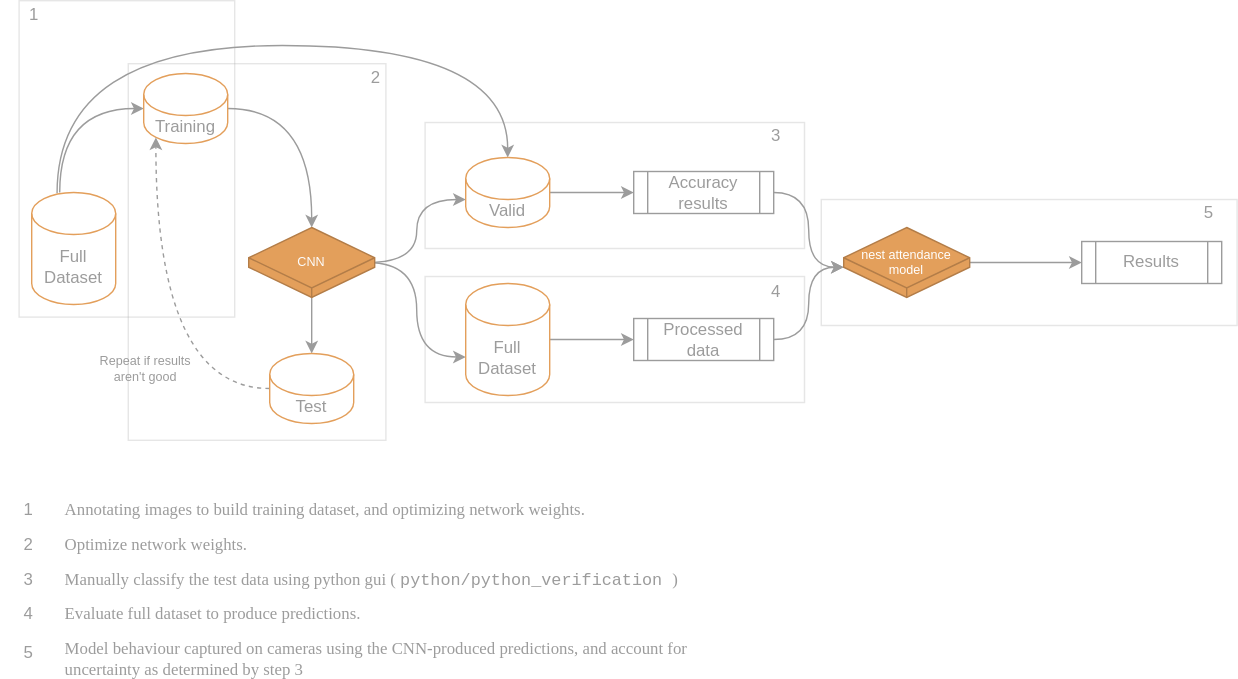
Above: documents/flow.drawio.svg in robert-sipho/pefa_nest-cam (draw.io), before the change. Source tidied: cells renumbered, new cells last; positions are measured from the earlier drawing's top-left corner, leaving out a move shared by most shapes.
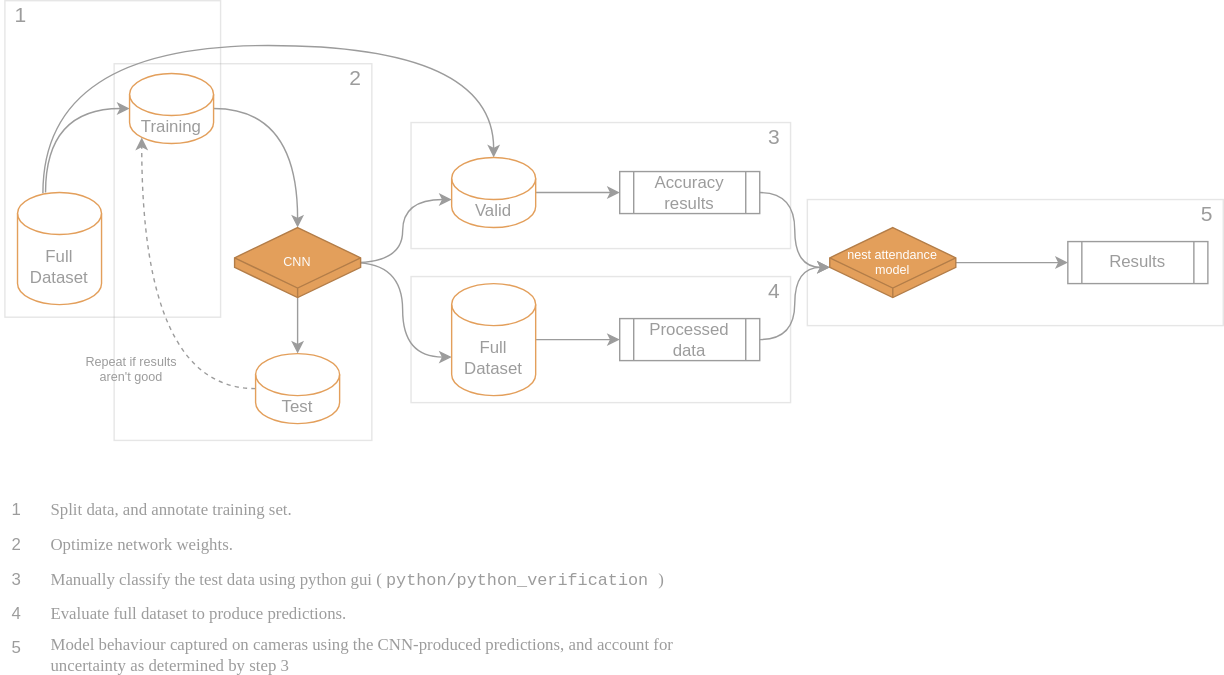
The same diagram one commit later.

Diff of the diagram source:
```diff
@@ -95,62 +95,62 @@
     <mxCell id="25" style="rounded=0;whiteSpace=wrap;html=1;fillColor=none;strokeColor=#9C9C9C;opacity=25;" parent="1" vertex="1">
       <mxGeometry x="13" width="154" height="226" as="geometry" />
     </mxCell>
-    <mxCell id="26" value="1" style="text;html=1;strokeColor=none;fillColor=none;align=center;verticalAlign=middle;whiteSpace=wrap;rounded=0;opacity=50;fontColor=#9C9C9C;" parent="1" vertex="1">
-      <mxGeometry x="4" width="40" height="20" as="geometry" />
-    </mxCell>
     <mxCell id="27" style="rounded=0;whiteSpace=wrap;html=1;fillColor=none;strokeColor=#9C9C9C;opacity=25;" parent="1" vertex="1">
       <mxGeometry x="91" y="45" width="184" height="269" as="geometry" />
     </mxCell>
-    <mxCell id="28" value="2" style="text;html=1;strokeColor=none;fillColor=none;align=center;verticalAlign=middle;whiteSpace=wrap;rounded=0;opacity=50;fontColor=#9C9C9C;" parent="1" vertex="1">
-      <mxGeometry x="248" y="45" width="40" height="20" as="geometry" />
-    </mxCell>
     <mxCell id="29" style="rounded=0;whiteSpace=wrap;html=1;fillColor=none;strokeColor=#9C9C9C;opacity=25;" parent="1" vertex="1">
       <mxGeometry x="303" y="87" width="271" height="90" as="geometry" />
     </mxCell>
     <mxCell id="30" style="rounded=0;whiteSpace=wrap;html=1;fillColor=none;strokeColor=#9C9C9C;opacity=25;" parent="1" vertex="1">
       <mxGeometry x="303" y="197" width="271" height="90" as="geometry" />
     </mxCell>
-    <mxCell id="31" value="3" style="text;html=1;strokeColor=none;fillColor=none;align=center;verticalAlign=middle;whiteSpace=wrap;rounded=0;opacity=50;fontColor=#9C9C9C;" parent="1" vertex="1">
-      <mxGeometry x="534" y="87" width="40" height="20" as="geometry" />
-    </mxCell>
-    <mxCell id="32" value="4" style="text;html=1;strokeColor=none;fillColor=none;align=center;verticalAlign=middle;whiteSpace=wrap;rounded=0;opacity=50;fontColor=#9C9C9C;" parent="1" vertex="1">
-      <mxGeometry x="534" y="198" width="40" height="20" as="geometry" />
-    </mxCell>
     <mxCell id="33" style="rounded=0;whiteSpace=wrap;html=1;fillColor=none;strokeColor=#9C9C9C;opacity=25;" parent="1" vertex="1">
       <mxGeometry x="586" y="142" width="297" height="90" as="geometry" />
     </mxCell>
-    <mxCell id="34" value="5" style="text;html=1;strokeColor=none;fillColor=none;align=center;verticalAlign=middle;whiteSpace=wrap;rounded=0;opacity=50;fontColor=#9C9C9C;" parent="1" vertex="1">
-      <mxGeometry x="843" y="142" width="40" height="20" as="geometry" />
-    </mxCell>
-    <mxCell id="35" value="1" style="text;html=1;strokeColor=none;fillColor=none;align=center;verticalAlign=middle;whiteSpace=wrap;rounded=0;opacity=50;fontColor=#9C9C9C;" parent="1" vertex="1">
-      <mxGeometry y="354" width="40" height="20" as="geometry" />
-    </mxCell>
-    <mxCell id="36" value="Annotating images to build training dataset, and optimizing network weights.&amp;nbsp;" style="text;html=1;strokeColor=none;fillColor=none;align=left;verticalAlign=middle;whiteSpace=wrap;rounded=0;opacity=25;fontFamily=Times New Roman;fontColor=#9C9C9C;" parent="1" vertex="1">
+    <mxCell id="36" value="Split data, and annotate training set." style="text;html=1;strokeColor=none;fillColor=none;align=left;verticalAlign=middle;whiteSpace=wrap;rounded=0;opacity=25;fontFamily=Times New Roman;fontColor=#9C9C9C;" parent="1" vertex="1">
       <mxGeometry x="44" y="354" width="388" height="20" as="geometry" />
     </mxCell>
     <mxCell id="37" value="Optimize network weights." style="text;html=1;strokeColor=none;fillColor=none;align=left;verticalAlign=middle;whiteSpace=wrap;rounded=0;opacity=25;fontFamily=Times New Roman;fontColor=#9C9C9C;" parent="1" vertex="1">
       <mxGeometry x="44" y="379" width="388" height="20" as="geometry" />
     </mxCell>
-    <mxCell id="38" value="2" style="text;html=1;strokeColor=none;fillColor=none;align=center;verticalAlign=middle;whiteSpace=wrap;rounded=0;opacity=50;fontColor=#9C9C9C;" parent="1" vertex="1">
-      <mxGeometry y="379" width="40" height="20" as="geometry" />
-    </mxCell>
     <mxCell id="39" value="Manually classify the test data using python gui (&lt;font face=&quot;Courier New&quot;&gt;python/python_verification&lt;/font&gt;)" style="text;html=1;strokeColor=none;fillColor=none;align=left;verticalAlign=middle;whiteSpace=wrap;rounded=0;opacity=25;fontFamily=Times New Roman;fontColor=#9C9C9C;" parent="1" vertex="1">
       <mxGeometry x="44" y="404" width="495" height="20" as="geometry" />
     </mxCell>
-    <mxCell id="40" value="3" style="text;html=1;strokeColor=none;fillColor=none;align=center;verticalAlign=middle;whiteSpace=wrap;rounded=0;opacity=50;fontColor=#9C9C9C;" parent="1" vertex="1">
-      <mxGeometry y="404" width="40" height="20" as="geometry" />
-    </mxCell>
     <mxCell id="41" value="Evaluate full dataset to produce predictions." style="text;html=1;strokeColor=none;fillColor=none;align=left;verticalAlign=middle;whiteSpace=wrap;rounded=0;opacity=25;fontFamily=Times New Roman;fontColor=#9C9C9C;" parent="1" vertex="1">
       <mxGeometry x="44" y="428" width="495" height="20" as="geometry" />
     </mxCell>
-    <mxCell id="42" value="4" style="text;html=1;strokeColor=none;fillColor=none;align=center;verticalAlign=middle;whiteSpace=wrap;rounded=0;opacity=50;fontColor=#9C9C9C;" parent="1" vertex="1">
-      <mxGeometry y="428" width="40" height="20" as="geometry" />
-    </mxCell>
     <mxCell id="43" value="Model behaviour captured on cameras using the CNN-produced predictions, and account for uncertainty as determined by step 3" style="text;html=1;strokeColor=none;fillColor=none;align=left;verticalAlign=middle;whiteSpace=wrap;rounded=0;opacity=25;fontFamily=Times New Roman;fontColor=#9C9C9C;" parent="1" vertex="1">
-      <mxGeometry x="44" y="460" width="495" height="20" as="geometry" />
+      <mxGeometry x="44" y="457" width="495" height="20" as="geometry" />
     </mxCell>
-    <mxCell id="44" value="5" style="text;html=1;strokeColor=none;fillColor=none;align=center;verticalAlign=middle;whiteSpace=wrap;rounded=0;opacity=50;fontColor=#9C9C9C;" parent="1" vertex="1">
-      <mxGeometry y="456" width="40" height="20" as="geometry" />
-    </mxCell>
+    <mxCell id="45" value="&lt;font style=&quot;font-size: 15px&quot; face=&quot;Helvetica&quot;&gt;1&lt;/font&gt;" style="text;html=1;strokeColor=none;fillColor=none;align=center;verticalAlign=middle;whiteSpace=wrap;rounded=0;opacity=25;fontFamily=Times New Roman;fontColor=#9C9C9C;" parent="1" vertex="1">
+      <mxGeometry x="13" width="23" height="20" as="geometry" />
+    </mxCell>
+    <mxCell id="46" value="&lt;font style=&quot;font-size: 15px&quot; face=&quot;Helvetica&quot;&gt;2&lt;/font&gt;" style="text;html=1;strokeColor=none;fillColor=none;align=center;verticalAlign=middle;whiteSpace=wrap;rounded=0;opacity=25;fontFamily=Times New Roman;fontColor=#9C9C9C;" parent="1" vertex="1">
+      <mxGeometry x="252" y="45" width="23" height="20" as="geometry" />
+    </mxCell>
+    <mxCell id="47" value="&lt;font face=&quot;Helvetica&quot;&gt;&lt;span style=&quot;font-size: 15px&quot;&gt;3&lt;/span&gt;&lt;/font&gt;" style="text;html=1;strokeColor=none;fillColor=none;align=center;verticalAlign=middle;whiteSpace=wrap;rounded=0;opacity=25;fontFamily=Times New Roman;fontColor=#9C9C9C;" parent="1" vertex="1">
+      <mxGeometry x="551" y="87" width="23" height="20" as="geometry" />
+    </mxCell>
+    <mxCell id="48" value="&lt;font face=&quot;Helvetica&quot;&gt;&lt;span style=&quot;font-size: 15px&quot;&gt;4&lt;/span&gt;&lt;/font&gt;" style="text;html=1;strokeColor=none;fillColor=none;align=center;verticalAlign=middle;whiteSpace=wrap;rounded=0;opacity=25;fontFamily=Times New Roman;fontColor=#9C9C9C;" parent="1" vertex="1">
+      <mxGeometry x="551" y="197" width="23" height="20" as="geometry" />
+    </mxCell>
+    <mxCell id="49" value="&lt;font face=&quot;Helvetica&quot;&gt;&lt;span style=&quot;font-size: 15px&quot;&gt;5&lt;/span&gt;&lt;/font&gt;" style="text;html=1;strokeColor=none;fillColor=none;align=center;verticalAlign=middle;whiteSpace=wrap;rounded=0;opacity=25;fontFamily=Times New Roman;fontColor=#9C9C9C;" parent="1" vertex="1">
+      <mxGeometry x="860" y="142" width="23" height="20" as="geometry" />
+    </mxCell>
+    <mxCell id="50" value="&lt;font style=&quot;font-size: 12px;&quot; face=&quot;Helvetica&quot;&gt;1&lt;/font&gt;" style="text;html=1;strokeColor=none;fillColor=none;align=center;verticalAlign=middle;whiteSpace=wrap;rounded=0;opacity=25;fontFamily=Times New Roman;fontColor=#9C9C9C;fontSize=12;" parent="1" vertex="1">
+      <mxGeometry x="10" y="354" width="23" height="20" as="geometry" />
+    </mxCell>
+    <mxCell id="51" value="&lt;font style=&quot;font-size: 12px&quot; face=&quot;Helvetica&quot;&gt;2&lt;/font&gt;" style="text;html=1;strokeColor=none;fillColor=none;align=center;verticalAlign=middle;whiteSpace=wrap;rounded=0;opacity=25;fontFamily=Times New Roman;fontColor=#9C9C9C;fontSize=12;" parent="1" vertex="1">
+      <mxGeometry x="10" y="379" width="23" height="20" as="geometry" />
+    </mxCell>
+    <mxCell id="52" value="&lt;font style=&quot;font-size: 12px&quot; face=&quot;Helvetica&quot;&gt;3&lt;/font&gt;" style="text;html=1;strokeColor=none;fillColor=none;align=center;verticalAlign=middle;whiteSpace=wrap;rounded=0;opacity=25;fontFamily=Times New Roman;fontColor=#9C9C9C;fontSize=12;" parent="1" vertex="1">
+      <mxGeometry x="10" y="404" width="23" height="20" as="geometry" />
+    </mxCell>
+    <mxCell id="53" value="&lt;font style=&quot;font-size: 12px&quot; face=&quot;Helvetica&quot;&gt;4&lt;/font&gt;" style="text;html=1;strokeColor=none;fillColor=none;align=center;verticalAlign=middle;whiteSpace=wrap;rounded=0;opacity=25;fontFamily=Times New Roman;fontColor=#9C9C9C;fontSize=12;" parent="1" vertex="1">
+      <mxGeometry x="10" y="428" width="23" height="20" as="geometry" />
+    </mxCell>
+    <mxCell id="54" value="&lt;font style=&quot;font-size: 12px&quot; face=&quot;Helvetica&quot;&gt;5&lt;/font&gt;" style="text;html=1;strokeColor=none;fillColor=none;align=center;verticalAlign=middle;whiteSpace=wrap;rounded=0;opacity=25;fontFamily=Times New Roman;fontColor=#9C9C9C;fontSize=12;" parent="1" vertex="1">
+      <mxGeometry x="10" y="452" width="23" height="20" as="geometry" />
+    </mxCell>
   </root>
 </mxGraphModel>
```
